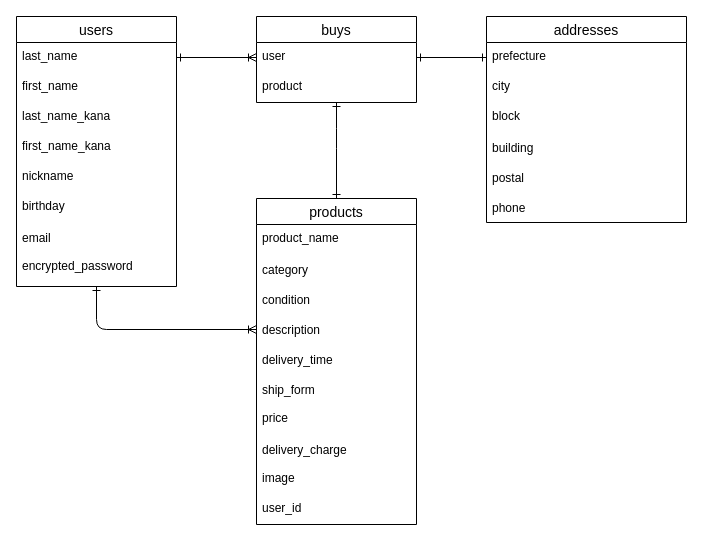
This is table_er.dio from MITSUAKIHAYAKAWA/furima-38209, a draw.io file, before an edit. Source tidied: cells renumbered, new cells numbered last; positions are measured from the earlier drawing's top-left corner, leaving out a move shared by most shapes. Both pictures are drawn from the tidied source at 100%, with x=0, y=0 at pixel (16, 16).
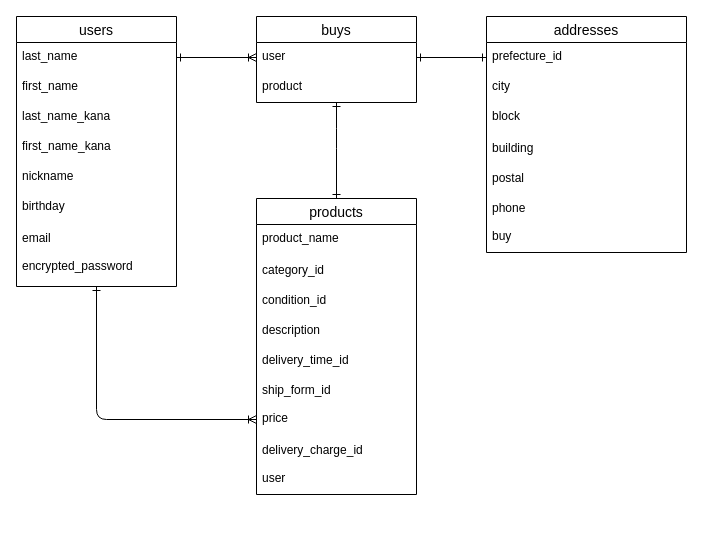
The same page after the edit.

Commit message (it also covers changes not shown here):
データベース設計修正2

Unchanged cells that the change refers to:
```xml
<mxCell id="3" value="users" style="swimlane;fontStyle=0;horizontal=1;startSize=26;align=center;fontSize=14;" parent="1" vertex="1">
  <mxGeometry width="160" height="270" as="geometry" />
</mxCell>
<mxCell id="17" value="description" style="text;strokeColor=none;fillColor=none;align=left;verticalAlign=middle;spacingLeft=4;spacingRight=4;overflow=hidden;points=[[0,0.5],[1,0.5]];portConstraint=eastwest;" parent="13" vertex="1">
  <mxGeometry y="116" width="160" height="30" as="geometry" />
</mxCell>
<mxCell id="20" value="price" style="text;strokeColor=none;fillColor=none;spacingLeft=4;spacingRight=4;overflow=hidden;points=[[0,0.5],[1,0.5]];portConstraint=eastwest;fontSize=12;" parent="13" vertex="1">
  <mxGeometry y="206" width="160" height="30" as="geometry" />
</mxCell>
```

Diff of the diagram source:
```diff
@@
-    <mxCell id="2" style="edgeStyle=none;html=1;entryX=0;entryY=0.5;entryDx=0;entryDy=0;startArrow=ERone;startFill=0;endArrow=ERoneToMany;endFill=0;" parent="1" edge="1" source="3" target="17">
+    <mxCell id="2" style="edgeStyle=none;html=1;entryX=0;entryY=0.5;entryDx=0;entryDy=0;startArrow=ERone;startFill=0;endArrow=ERoneToMany;endFill=0;" parent="1" edge="1" source="3" target="20">
       <mxGeometry relative="1" as="geometry">
         <Array as="points">
-          <mxPoint x="80" y="313" />
+          <mxPoint x="80" y="403" />
         </Array>
       </mxGeometry>
     </mxCell>
@@
     <mxCell id="13" value="products" style="swimlane;fontStyle=0;horizontal=1;startSize=26;align=center;fontSize=14;" parent="1" vertex="1">
-      <mxGeometry x="240" y="182" width="160" height="326" as="geometry" />
+      <mxGeometry x="240" y="182" width="160" height="296" as="geometry" />
     </mxCell>
@@
-    <mxCell id="15" value="category" style="text;strokeColor=none;fillColor=none;align=left;verticalAlign=middle;spacingLeft=4;spacingRight=4;overflow=hidden;" parent="13" vertex="1">
+    <mxCell id="15" value="category_id" style="text;strokeColor=none;fillColor=none;align=left;verticalAlign=middle;spacingLeft=4;spacingRight=4;overflow=hidden;" parent="13" vertex="1">
       <mxGeometry y="56" width="160" height="30" as="geometry" />
     </mxCell>
-    <mxCell id="16" value="condition" style="text;strokeColor=none;fillColor=none;align=left;verticalAlign=middle;spacingLeft=4;spacingRight=4;overflow=hidden;" parent="13" vertex="1">
+    <mxCell id="16" value="condition_id" style="text;strokeColor=none;fillColor=none;align=left;verticalAlign=middle;spacingLeft=4;spacingRight=4;overflow=hidden;" parent="13" vertex="1">
       <mxGeometry y="86" width="160" height="30" as="geometry" />
     </mxCell>
@@
-    <mxCell id="18" value="delivery_time" style="text;strokeColor=none;fillColor=none;align=left;verticalAlign=middle;spacingLeft=4;spacingRight=4;overflow=hidden;" parent="13" vertex="1">
+    <mxCell id="18" value="delivery_time_id" style="text;strokeColor=none;fillColor=none;align=left;verticalAlign=middle;spacingLeft=4;spacingRight=4;overflow=hidden;" parent="13" vertex="1">
       <mxGeometry y="146" width="160" height="30" as="geometry" />
     </mxCell>
-    <mxCell id="19" value="ship_form" style="text;strokeColor=none;fillColor=none;align=left;verticalAlign=middle;spacingLeft=4;spacingRight=4;overflow=hidden;" parent="13" vertex="1">
+    <mxCell id="19" value="ship_form_id" style="text;strokeColor=none;fillColor=none;align=left;verticalAlign=middle;spacingLeft=4;spacingRight=4;overflow=hidden;" parent="13" vertex="1">
       <mxGeometry y="176" width="160" height="30" as="geometry" />
     </mxCell>
@@
-    <mxCell id="21" value="delivery_charge" style="text;strokeColor=none;fillColor=none;align=left;verticalAlign=middle;spacingLeft=4;spacingRight=4;overflow=hidden;" parent="13" vertex="1">
+    <mxCell id="21" value="delivery_charge_id" style="text;strokeColor=none;fillColor=none;align=left;verticalAlign=middle;spacingLeft=4;spacingRight=4;overflow=hidden;" parent="13" vertex="1">
       <mxGeometry y="236" width="160" height="30" as="geometry" />
     </mxCell>
-    <mxCell id="22" value="image" style="text;strokeColor=none;fillColor=none;spacingLeft=4;spacingRight=4;overflow=hidden;fontSize=12;" parent="13" vertex="1">
-      <mxGeometry y="266" width="160" height="30" as="geometry" />
-    </mxCell>
-    <mxCell id="23" value="user_id" style="text;strokeColor=none;fillColor=none;spacingLeft=4;spacingRight=4;overflow=hidden;fontSize=12;" parent="13" vertex="1">
-      <mxGeometry y="296" width="160" height="30" as="geometry" />
+    <mxCell id="23" value="user" style="text;strokeColor=none;fillColor=none;spacingLeft=4;spacingRight=4;overflow=hidden;fontSize=12;" parent="13" vertex="1">
+      <mxGeometry y="266" width="160" height="30" as="geometry" />
     </mxCell>
     <mxCell id="24" value="addresses" style="swimlane;fontStyle=0;horizontal=1;startSize=26;align=center;fontSize=14;" parent="1" vertex="1">
-      <mxGeometry x="470" width="200" height="206" as="geometry" />
+      <mxGeometry x="470" width="200" height="236" as="geometry" />
     </mxCell>
-    <mxCell id="25" value="prefecture" style="text;strokeColor=none;fillColor=none;spacingLeft=4;spacingRight=4;overflow=hidden;points=[[0,0.5],[1,0.5]];portConstraint=eastwest;fontSize=12;" parent="24" vertex="1">
+    <mxCell id="25" value="prefecture_id" style="text;strokeColor=none;fillColor=none;spacingLeft=4;spacingRight=4;overflow=hidden;points=[[0,0.5],[1,0.5]];portConstraint=eastwest;fontSize=12;" parent="24" vertex="1">
       <mxGeometry y="26" width="200" height="30" as="geometry" />
     </mxCell>
@@
+    <mxCell id="36" value="buy" style="text;strokeColor=none;fillColor=none;spacingLeft=4;spacingRight=4;overflow=hidden;fontSize=12;" parent="24" vertex="1">
+      <mxGeometry y="206" width="200" height="30" as="geometry" />
+    </mxCell>
```
